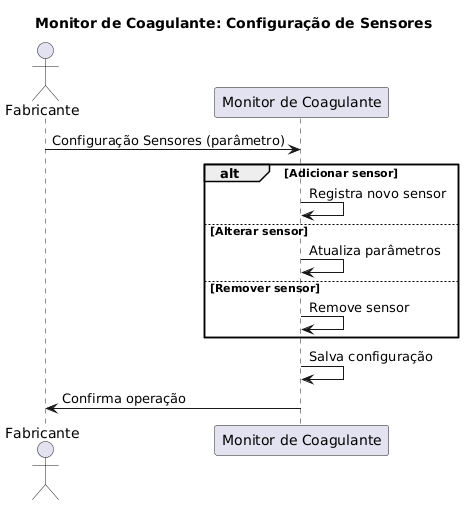
Monique-HidroSolo/plantuml keeps this PlantUML diagram as Documentação Monitor/Sensores.png. Above is the earlier version. Its diagram source:
```plantuml
@startuml
title Monitor de Coagulante: Configuração de Sensores

actor Fabricante as F
participant "Monitor de Coagulante" as MC

F -> MC: Configuração Sensores (parâmetro)

alt Adicionar sensor
    MC -> MC: Registra novo sensor
else Alterar sensor
    MC -> MC: Atualiza parâmetros
else Remover sensor
    MC -> MC: Remove sensor
end

MC -> MC: Salva configuração

MC -> F: Confirma operação
@enduml
```
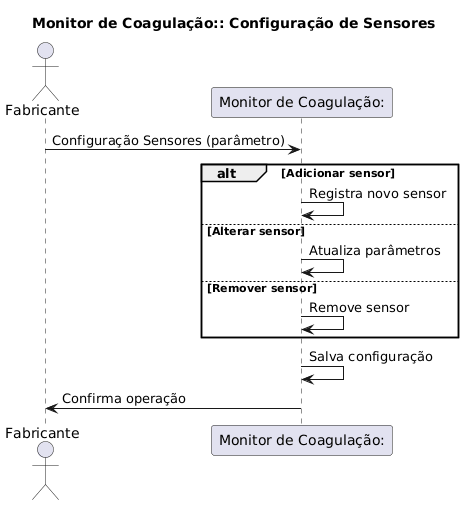
The same file after the commit.

What changed in the source:
```diff
@@ -1,8 +1,8 @@
 @startuml
-title Monitor de Coagulante: Configuração de Sensores
+title Monitor de Coagulação:: Configuração de Sensores
 
 actor Fabricante as F
-participant "Monitor de Coagulante" as MC
+participant "Monitor de Coagulação:" as MC
 
 F -> MC: Configuração Sensores (parâmetro)
 
```
